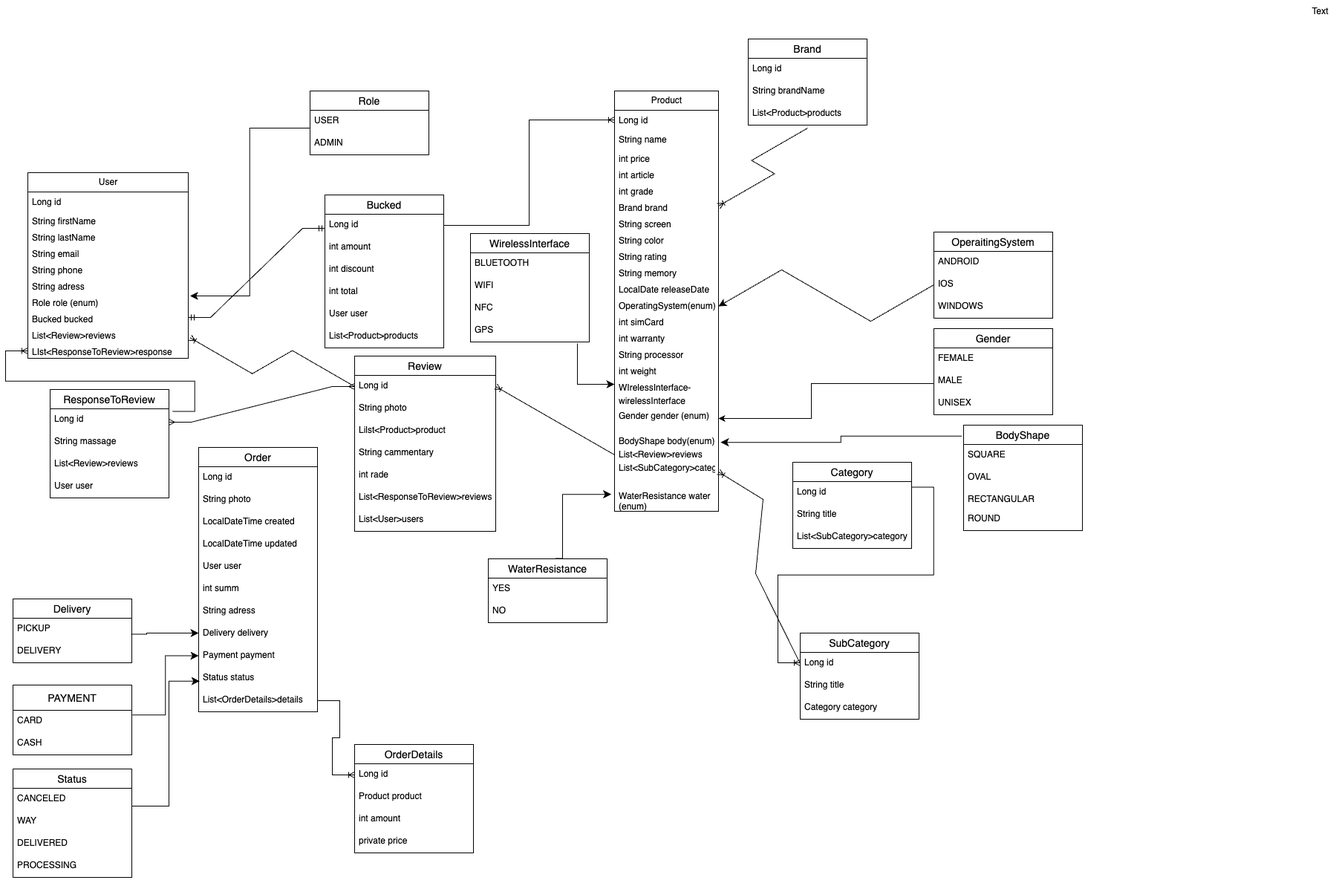
Before: diagram.drawio.png, a diagram exported from draw.io (Khaadikg/Gadgetarium). Source tidied: cells renumbered, new cells last; positions are measured from the earlier drawing's top-left corner, leaving out a move shared by most shapes.
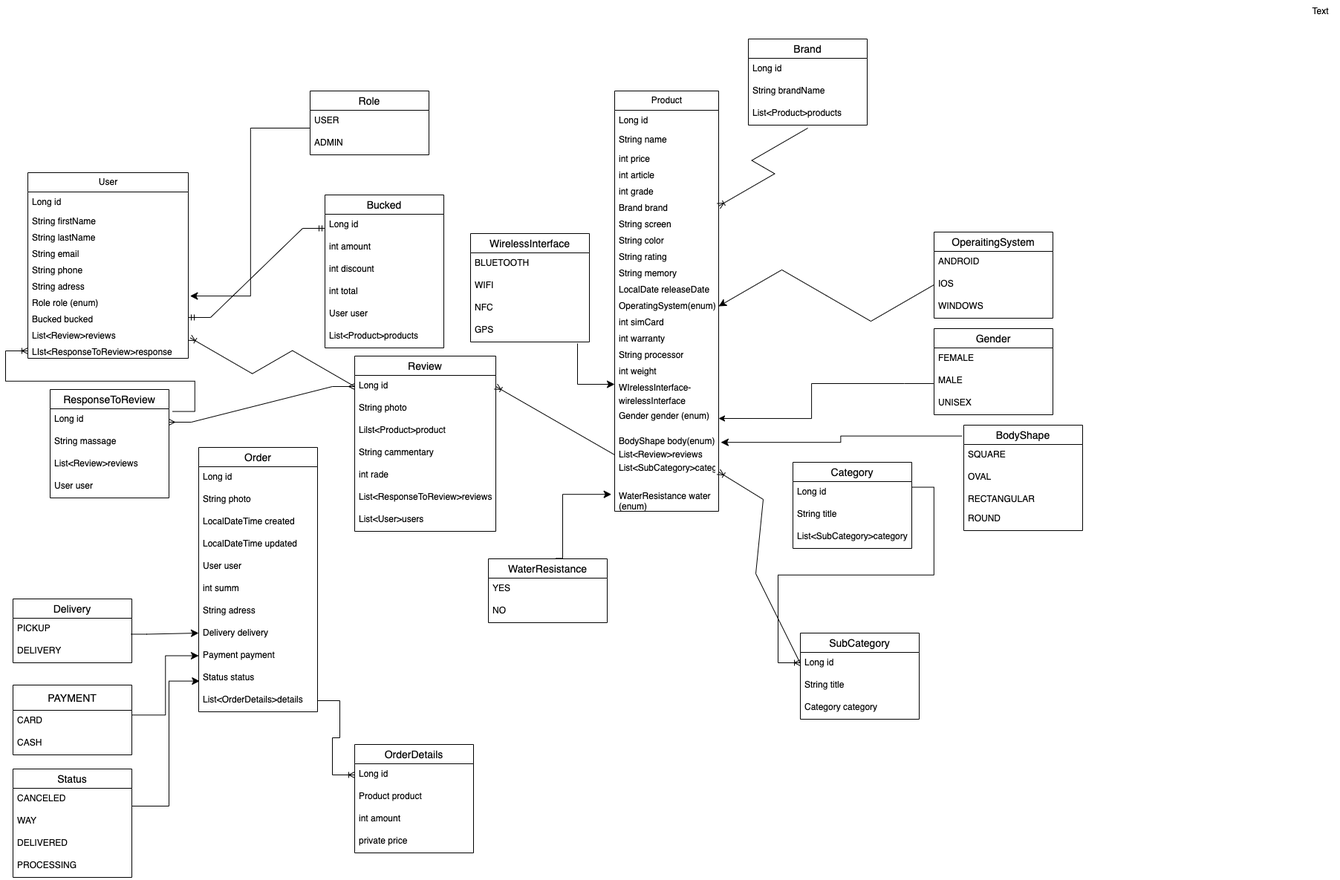
After the change.

What changed in the source:
```diff
@@ -372,9 +372,6 @@
         <mxPoint x="420" y="307" as="targetPoint" />
       </mxGeometry>
     </mxCell>
-    <mxCell id="124" style="edgeStyle=orthogonalEdgeStyle;fontSize=12;html=1;endArrow=ERoneToMany;rounded=0;entryX=0;entryY=0.5;entryDx=0;entryDy=0;exitX=1;exitY=0.5;exitDx=0;exitDy=0;" parent="1" edge="1" source="68" target="3">
-      <mxGeometry relative="1" as="geometry" />
-    </mxCell>
     <mxCell id="125" style="edgeStyle=orthogonalEdgeStyle;rounded=0;jettySize=auto;html=1;entryX=1;entryY=0.5;entryDx=0;entryDy=0;" parent="1" edge="1" source="126" target="21">
       <mxGeometry relative="1" as="geometry" />
     </mxCell>
```
